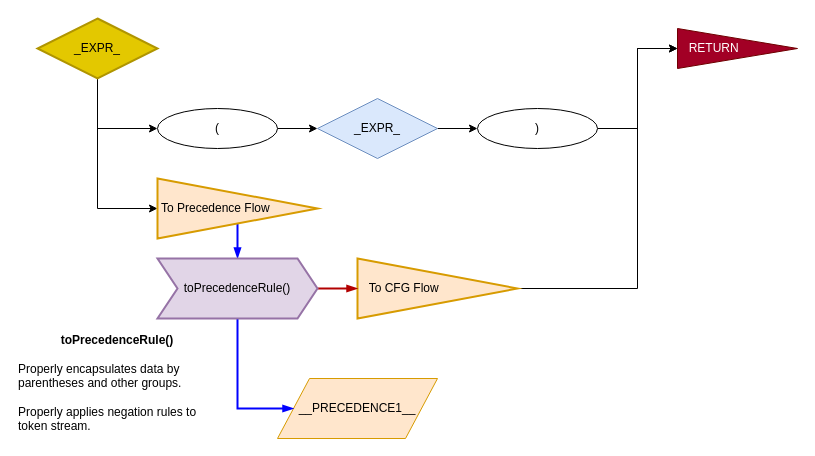
Earlier version of the draw.io diagram page "_EXPR_" (4 of 8) of CFG.drawio (ZacharyYGateley/Compiler). Source tidied: cells renumbered, new cells numbered last; positions are measured from the earlier drawing's top-left corner, leaving out a move shared by most shapes. Both pictures are drawn from the tidied source at 100%, with x=0, y=0 at pixel (17, 18).
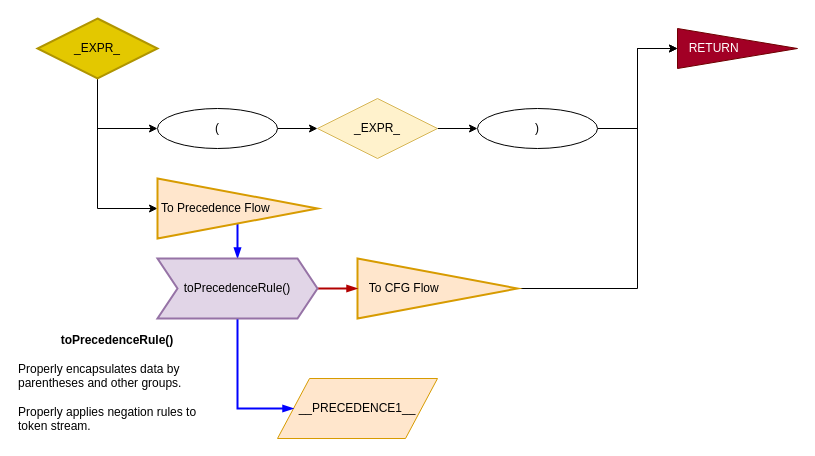
After the change.

Diff of the diagram source:
```diff
@@
-    <mxCell id="10" value="_EXPR_" style="rhombus;whiteSpace=wrap;html=1;fillColor=#dae8fc;strokeColor=#6c8ebf;" parent="1" vertex="1">
+    <mxCell id="10" value="_EXPR_" style="rhombus;whiteSpace=wrap;html=1;fillColor=#fff2cc;strokeColor=#d6b656;" parent="1" vertex="1">
       <mxGeometry x="300" y="80" width="120" height="60" as="geometry" />
     </mxCell>
```
